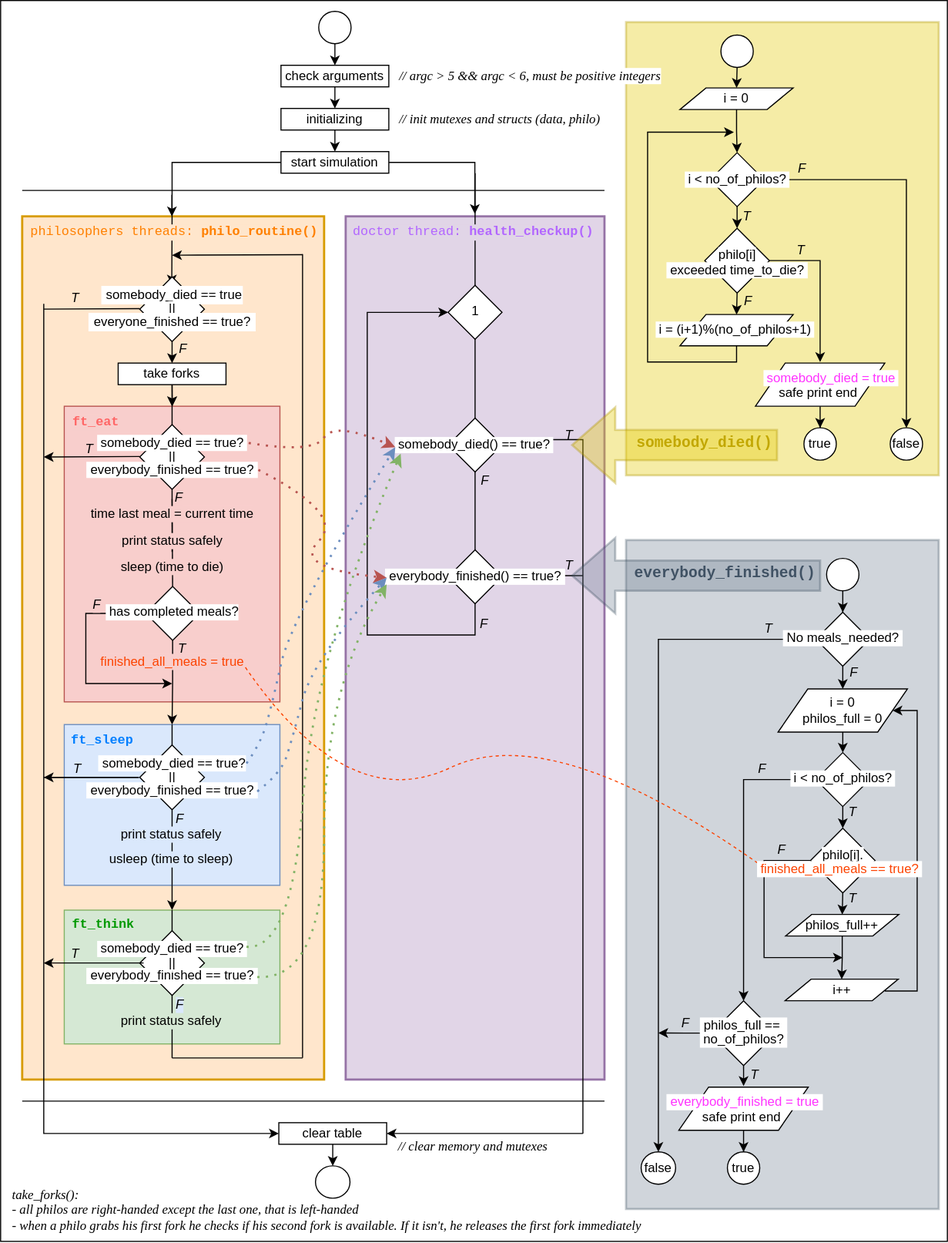
Before: assets/philosophers.svg, a diagram exported from draw.io (ccg-v/philosophers). Source tidied: cells renumbered, new cells last; positions are measured from the earlier drawing's top-left corner, leaving out a move shared by most shapes.
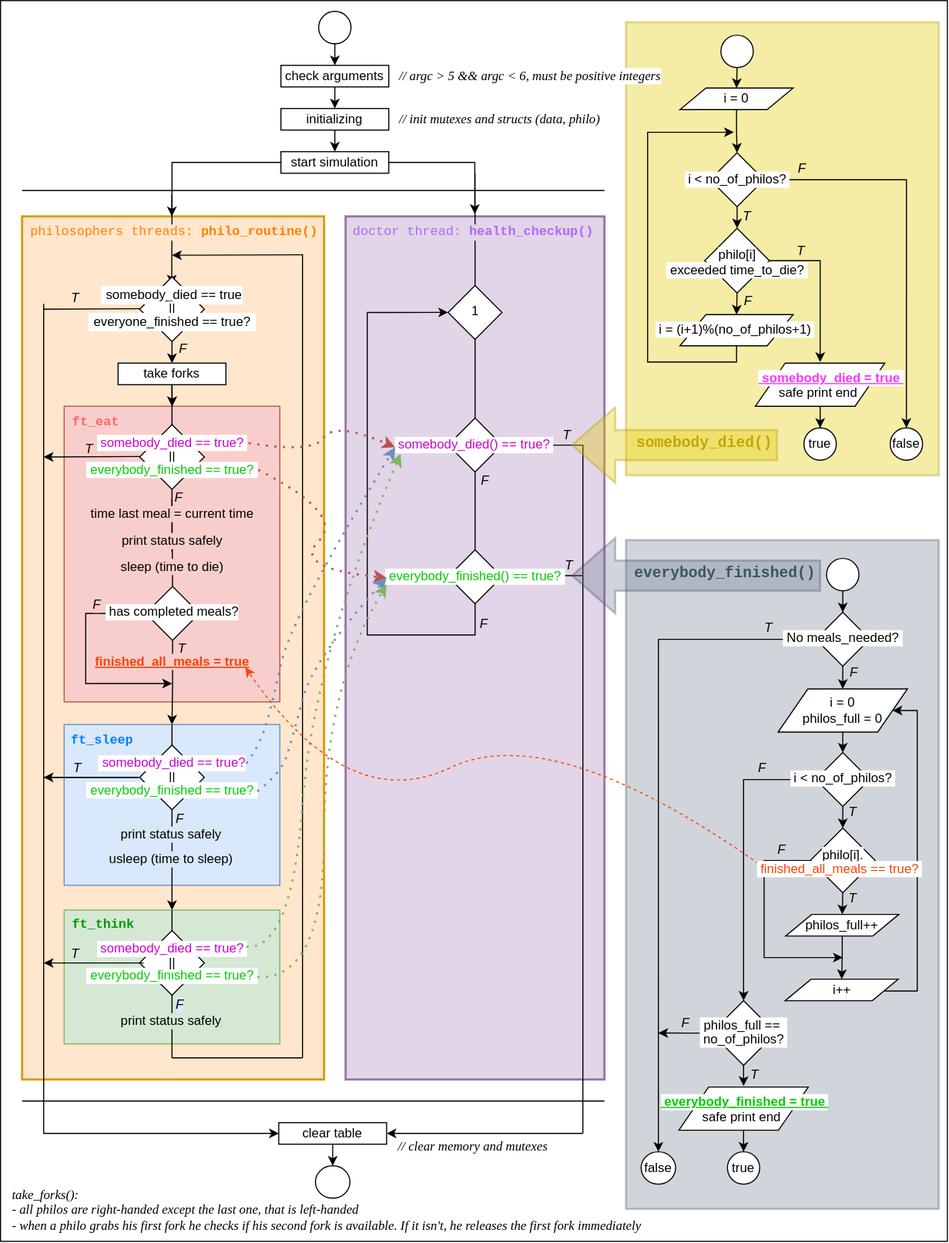
After the commit.

What changed in the source:
```diff
@@ -147,8 +147,8 @@
     <mxCell id="39" value="&amp;nbsp;has completed meals? " style="text;html=1;align=center;verticalAlign=middle;points=[];strokeColor=none;fillColor=none;fontStyle=0;labelBorderColor=none;labelBackgroundColor=default;rounded=0;glass=0;shadow=0;perimeterSpacing=0;fontColor=#000000;" parent="1" vertex="1">
       <mxGeometry x="84" y="552" width="150" height="30" as="geometry" />
     </mxCell>
-    <mxCell id="40" value="&lt;font color=&quot;#fc4300&quot;&gt;finished_all_meals = true&lt;/font&gt;" style="text;html=1;align=center;verticalAlign=middle;strokeColor=none;fillColor=none;fontStyle=0;labelBorderColor=none;labelBackgroundColor=#F8CECC;fontColor=#D13800;" parent="1" vertex="1">
-      <mxGeometry x="79" y="598" width="160" height="30" as="geometry" />
+    <mxCell id="40" value="&lt;font color=&quot;#fc4300&quot;&gt;finished_all_meals = true&lt;/font&gt;" style="text;html=1;align=center;verticalAlign=middle;strokeColor=none;fillColor=none;fontStyle=5;labelBorderColor=none;labelBackgroundColor=#F8CECC;fontColor=#D13800;" parent="1" vertex="1">
+      <mxGeometry x="74" y="598" width="170" height="30" as="geometry" />
     </mxCell>
     <mxCell id="41" value="&lt;div&gt;&lt;i&gt;F&lt;/i&gt;&lt;/div&gt;" style="text;html=1;align=center;verticalAlign=middle;strokeColor=none;fillColor=none;fontStyle=0;labelBorderColor=none;labelBackgroundColor=#F8CECC;" parent="1" vertex="1">
       <mxGeometry x="74" y="545" width="30" height="30" as="geometry" />
@@ -198,10 +198,10 @@
     <mxCell id="56" value="||" style="text;html=1;align=center;verticalAlign=middle;strokeColor=none;fillColor=none;fontStyle=0;labelBorderColor=none;labelBackgroundColor=default;" parent="1" vertex="1">
       <mxGeometry x="144" y="408" width="30" height="30" as="geometry" />
     </mxCell>
-    <mxCell id="57" value="&amp;nbsp;somebody_died == true?&amp;nbsp; " style="text;align=center;verticalAlign=middle;strokeColor=none;fillColor=none;fontStyle=0;labelBorderColor=none;labelBackgroundColor=default;html=1;" parent="1" vertex="1">
+    <mxCell id="57" value="&amp;nbsp;somebody_died == true?&amp;nbsp; " style="text;align=center;verticalAlign=middle;strokeColor=none;fillColor=none;fontStyle=0;labelBorderColor=none;labelBackgroundColor=default;html=1;fontColor=#CC00CC;rounded=0;glass=0;shadow=0;" parent="1" vertex="1">
       <mxGeometry x="79" y="395" width="160" height="30" as="geometry" />
     </mxCell>
-    <mxCell id="58" value="&amp;nbsp;everybody_finished == true?&amp;nbsp; " style="text;html=1;align=center;verticalAlign=middle;strokeColor=none;fillColor=none;fontStyle=0;labelBorderColor=none;labelBackgroundColor=default;" parent="1" vertex="1">
+    <mxCell id="58" value="&amp;nbsp;everybody_finished == true?&amp;nbsp; " style="text;html=1;align=center;verticalAlign=middle;strokeColor=none;fillColor=none;fontStyle=0;labelBorderColor=none;labelBackgroundColor=default;fontColor=#00CC00;" parent="1" vertex="1">
       <mxGeometry x="69" y="420" width="180" height="30" as="geometry" />
     </mxCell>
     <mxCell id="59" value="T" style="text;html=1;align=center;verticalAlign=middle;strokeColor=none;fillColor=none;fontStyle=2;labelBorderColor=none;labelBackgroundColor=#F8CECC;" parent="1" vertex="1">
@@ -210,13 +210,13 @@
     <mxCell id="60" style="rhombus;whiteSpace=wrap;html=1;" parent="1" vertex="1">
       <mxGeometry x="129" y="690" width="60" height="60" as="geometry" />
     </mxCell>
-    <mxCell id="61" value="&lt;div&gt;&amp;nbsp;somebody_died == true? &lt;br&gt;&lt;/div&gt;" style="text;align=center;verticalAlign=middle;strokeColor=none;fillColor=none;fontStyle=0;labelBorderColor=none;labelBackgroundColor=default;html=1;" parent="1" vertex="1">
+    <mxCell id="61" value="&lt;div&gt;&amp;nbsp;somebody_died == true? &lt;br&gt;&lt;/div&gt;" style="text;align=center;verticalAlign=middle;strokeColor=none;fillColor=none;fontStyle=0;labelBorderColor=none;labelBackgroundColor=default;html=1;fontColor=#CC00CC;rounded=0;glass=0;shadow=0;" parent="1" vertex="1">
       <mxGeometry x="79" y="692" width="160" height="30" as="geometry" />
     </mxCell>
     <mxCell id="62" value="||" style="text;html=1;align=center;verticalAlign=middle;strokeColor=none;fillColor=none;fontStyle=0;labelBorderColor=none;labelBackgroundColor=default;" parent="1" vertex="1">
       <mxGeometry x="144" y="705" width="30" height="30" as="geometry" />
     </mxCell>
-    <mxCell id="63" value="&amp;nbsp;everybody_finished == true?&amp;nbsp; " style="text;html=1;align=center;verticalAlign=middle;points=[];strokeColor=none;fillColor=none;fontStyle=0;labelBorderColor=none;labelBackgroundColor=default;" parent="1" vertex="1">
+    <mxCell id="63" value="&amp;nbsp;everybody_finished == true?&amp;nbsp; " style="text;html=1;align=center;verticalAlign=middle;points=[];strokeColor=none;fillColor=none;fontStyle=0;labelBorderColor=none;labelBackgroundColor=default;fontColor=#00CC00;" parent="1" vertex="1">
       <mxGeometry x="69" y="717" width="180" height="30" as="geometry" />
     </mxCell>
     <mxCell id="64" value="T" style="text;html=1;align=center;verticalAlign=middle;strokeColor=none;fillColor=none;fontStyle=2;labelBorderColor=none;labelBackgroundColor=#DAE8FC;" parent="1" vertex="1">
@@ -317,19 +317,19 @@
     <mxCell id="84" style="rhombus;whiteSpace=wrap;html=1;" parent="1" vertex="1">
       <mxGeometry x="415" y="509" width="50" height="50" as="geometry" />
     </mxCell>
-    <mxCell id="85" value="&lt;div&gt;&amp;nbsp;everybody_finished() == true?&amp;nbsp; &lt;/div&gt;" style="text;html=1;align=center;verticalAlign=middle;strokeColor=none;fillColor=none;fontStyle=0;labelBorderColor=none;labelBackgroundColor=default;rounded=0;glass=0;shadow=0;perimeterSpacing=0;" parent="1" vertex="1">
+    <mxCell id="85" value="&lt;div&gt;&amp;nbsp;everybody_finished() == true?&amp;nbsp; &lt;/div&gt;" style="text;html=1;align=center;verticalAlign=middle;strokeColor=none;fillColor=none;fontStyle=0;labelBorderColor=none;labelBackgroundColor=default;rounded=0;glass=0;shadow=0;perimeterSpacing=0;fontColor=#00CC00;" parent="1" vertex="1">
       <mxGeometry x="345" y="519" width="190" height="30" as="geometry" />
     </mxCell>
     <mxCell id="86" style="endArrow=none;html=1;rounded=0;exitX=1;exitY=0.5;exitDx=0;exitDy=0;" parent="1" edge="1">
       <mxGeometry relative="1" as="geometry">
-        <mxPoint x="465" y="407" as="sourcePoint" />
+        <mxPoint x="465" y="412" as="sourcePoint" />
         <mxPoint x="540" y="1050" as="targetPoint" />
         <Array as="points">
-          <mxPoint x="540" y="407" />
+          <mxPoint x="540" y="412" />
         </Array>
       </mxGeometry>
     </mxCell>
-    <mxCell id="87" value="&amp;nbsp;somebody_died() == true?&amp;nbsp; " style="text;html=1;align=center;verticalAlign=middle;strokeColor=none;fillColor=none;fontStyle=0;labelBorderColor=none;labelBackgroundColor=default;rounded=0;glass=0;shadow=0;perimeterSpacing=0;" parent="1" vertex="1">
+    <mxCell id="87" value="&amp;nbsp;somebody_died() == true?&amp;nbsp; " style="text;html=1;align=center;verticalAlign=middle;strokeColor=none;fillColor=none;fontStyle=0;labelBorderColor=none;labelBackgroundColor=default;rounded=0;glass=0;shadow=0;perimeterSpacing=0;fontColor=#CC00CC;" parent="1" vertex="1">
       <mxGeometry x="354" y="397" width="170" height="30" as="geometry" />
     </mxCell>
     <mxCell id="88" value="&lt;div&gt;&lt;i&gt;F&lt;/i&gt;&lt;/div&gt;" style="text;html=1;align=center;verticalAlign=middle;strokeColor=none;fillColor=none;fontStyle=0;labelBorderColor=none;labelBackgroundColor=none;fontColor=default;" parent="1" vertex="1">
@@ -339,15 +339,15 @@
       <mxGeometry x="434" y="430" width="30" height="30" as="geometry" />
     </mxCell>
     <mxCell id="90" value="&lt;i&gt;T&lt;/i&gt;" style="text;html=1;align=center;verticalAlign=middle;strokeColor=none;fillColor=none;fontStyle=0;labelBorderColor=none;labelBackgroundColor=none;fontColor=default;" parent="1" vertex="1">
-      <mxGeometry x="512" y="388" width="30" height="30" as="geometry" />
+      <mxGeometry x="510" y="388" width="30" height="30" as="geometry" />
     </mxCell>
-    <mxCell id="91" value="&amp;nbsp;everybody_finished == true?&amp;nbsp; " style="text;html=1;align=center;verticalAlign=middle;strokeColor=none;fillColor=none;fontStyle=0;labelBorderColor=none;labelBackgroundColor=default;" parent="1" vertex="1">
+    <mxCell id="91" value="&amp;nbsp;everybody_finished == true?&amp;nbsp; " style="text;html=1;align=center;verticalAlign=middle;strokeColor=none;fillColor=none;fontStyle=0;labelBorderColor=none;labelBackgroundColor=default;fontColor=#00CC00;" parent="1" vertex="1">
       <mxGeometry x="69" y="889" width="180" height="30" as="geometry" />
     </mxCell>
     <mxCell id="92" value="print status safely" style="text;html=1;align=center;verticalAlign=middle;strokeColor=none;fillColor=none;fontStyle=0;labelBorderColor=none;labelBackgroundColor=#D5E8D4;" parent="1" vertex="1">
       <mxGeometry x="98" y="931" width="120" height="30" as="geometry" />
     </mxCell>
-    <mxCell id="93" value="&amp;nbsp;somebody_died == true?&amp;nbsp; " style="text;align=center;verticalAlign=middle;points=[];strokeColor=none;fillColor=none;fontStyle=0;labelBorderColor=none;labelBackgroundColor=default;html=1;" parent="1" vertex="1">
+    <mxCell id="93" value="&amp;nbsp;somebody_died == true?&amp;nbsp; " style="text;align=center;verticalAlign=middle;points=[];strokeColor=none;fillColor=none;fontStyle=0;labelBorderColor=none;labelBackgroundColor=default;html=1;fontColor=#CC00CC;rounded=0;glass=0;shadow=0;" parent="1" vertex="1">
       <mxGeometry x="79" y="864" width="160" height="30" as="geometry" />
     </mxCell>
     <mxCell id="94" value="||" style="text;html=1;align=center;verticalAlign=middle;strokeColor=none;fillColor=none;fontStyle=0;labelBorderColor=none;labelBackgroundColor=default;" parent="1" vertex="1">
@@ -466,8 +466,8 @@
     <mxCell id="125" style="shape=parallelogram;html=1;strokeWidth=1;perimeter=parallelogramPerimeter;whiteSpace=wrap;rounded=0;arcSize=12;size=0.23;rotation=0;" parent="1" vertex="1">
       <mxGeometry x="629" y="1007" width="120" height="40" as="geometry" />
     </mxCell>
-    <mxCell id="126" value="&amp;nbsp;everybody_finished = true&amp;nbsp; " style="text;html=1;align=center;verticalAlign=middle;strokeColor=none;fillColor=none;fontStyle=0;labelBorderColor=none;labelBackgroundColor=default;rounded=0;glass=0;shadow=0;perimeterSpacing=0;fontColor=#FF33FF;" parent="1" vertex="1">
-      <mxGeometry x="605" y="1006" width="170" height="30" as="geometry" />
+    <mxCell id="126" value="&amp;nbsp;everybody_finished = true&amp;nbsp; " style="text;html=1;align=center;verticalAlign=middle;strokeColor=none;fillColor=none;fontStyle=5;labelBorderColor=none;labelBackgroundColor=default;rounded=0;glass=0;shadow=0;perimeterSpacing=0;fontColor=#00CC00;" parent="1" vertex="1">
+      <mxGeometry x="600" y="1006" width="180" height="30" as="geometry" />
     </mxCell>
     <mxCell id="127" value="safe print end" style="text;html=1;align=center;verticalAlign=middle;strokeColor=none;fillColor=none;fontStyle=0;labelBorderColor=none;labelBackgroundColor=default;rounded=0;glass=0;shadow=0;perimeterSpacing=0;" parent="1" vertex="1">
       <mxGeometry x="637" y="1020" width="100" height="30" as="geometry" />
@@ -552,8 +552,8 @@
     <mxCell id="149" style="shape=parallelogram;html=1;strokeWidth=1;perimeter=parallelogramPerimeter;whiteSpace=wrap;rounded=0;arcSize=12;size=0.23;rotation=0;" parent="1" vertex="1">
       <mxGeometry x="700" y="336" width="120" height="40" as="geometry" />
     </mxCell>
-    <mxCell id="150" value="&amp;nbsp;somebody_died = true&amp;nbsp; " style="text;html=1;align=center;verticalAlign=middle;points=[];strokeColor=none;fillColor=none;fontStyle=0;labelBorderColor=none;labelBackgroundColor=default;rounded=0;glass=0;shadow=0;perimeterSpacing=0;fontColor=#FF33FF;" parent="1" vertex="1">
-      <mxGeometry x="695" y="335" width="150" height="30" as="geometry" />
+    <mxCell id="150" value="&amp;nbsp;somebody_died = true&amp;nbsp; " style="text;html=1;align=center;verticalAlign=middle;points=[];strokeColor=none;fillColor=none;fontStyle=5;labelBorderColor=none;labelBackgroundColor=default;rounded=0;glass=0;shadow=0;perimeterSpacing=0;fontColor=#FF33FF;" parent="1" vertex="1">
+      <mxGeometry x="690" y="335" width="160" height="30" as="geometry" />
     </mxCell>
     <mxCell id="151" value="safe print end" style="text;html=1;align=center;verticalAlign=middle;strokeColor=none;fillColor=none;fontStyle=0;labelBorderColor=none;labelBackgroundColor=default;rounded=0;glass=0;shadow=0;perimeterSpacing=0;" parent="1" vertex="1">
       <mxGeometry x="708" y="349" width="100" height="30" as="geometry" />
@@ -679,13 +679,13 @@
     <mxCell id="176" value="&lt;div&gt;take_forks(): &lt;br&gt;&lt;/div&gt;&lt;div&gt;- all philos are right-handed except the last one, that is left-handed&lt;/div&gt;&lt;div&gt;- when a philo grabs his first fork he checks if his second fork is available. If it isn't, he releases the first fork immediately&lt;br&gt;&lt;/div&gt;" style="text;html=1;align=left;verticalAlign=middle;strokeColor=none;fillColor=none;fontStyle=2;fontSize=12;fontFamily=Times New Roman;" parent="1" vertex="1">
       <mxGeometry x="8.5" y="1091" width="610" height="60" as="geometry" />
     </mxCell>
-    <mxCell id="177" style="curved=1;endArrow=none;html=1;rounded=0;entryX=0.075;entryY=0.667;entryDx=0;entryDy=0;entryPerimeter=0;exitX=0.992;exitY=0.574;exitDx=0;exitDy=0;exitPerimeter=0;dashed=1;strokeColor=#FC4300;" parent="1" edge="1">
+    <mxCell id="177" style="curved=1;endArrow=classic;html=1;rounded=0;entryX=0.075;entryY=0.667;entryDx=0;entryDy=0;entryPerimeter=0;exitX=0.992;exitY=0.574;exitDx=0;exitDy=0;exitPerimeter=0;dashed=1;strokeColor=#FC4300;" parent="1" edge="1">
       <mxGeometry relative="1" as="geometry">
-        <mxPoint x="227" y="618" as="sourcePoint" />
-        <mxPoint x="703" y="800" as="targetPoint" />
+        <mxPoint x="703" y="800" as="sourcePoint" />
+        <mxPoint x="227" y="618" as="targetPoint" />
         <Array as="points">
+          <mxPoint x="512" y="666" />
           <mxPoint x="322" y="756" />
-          <mxPoint x="512" y="666" />
         </Array>
       </mxGeometry>
     </mxCell>
```
